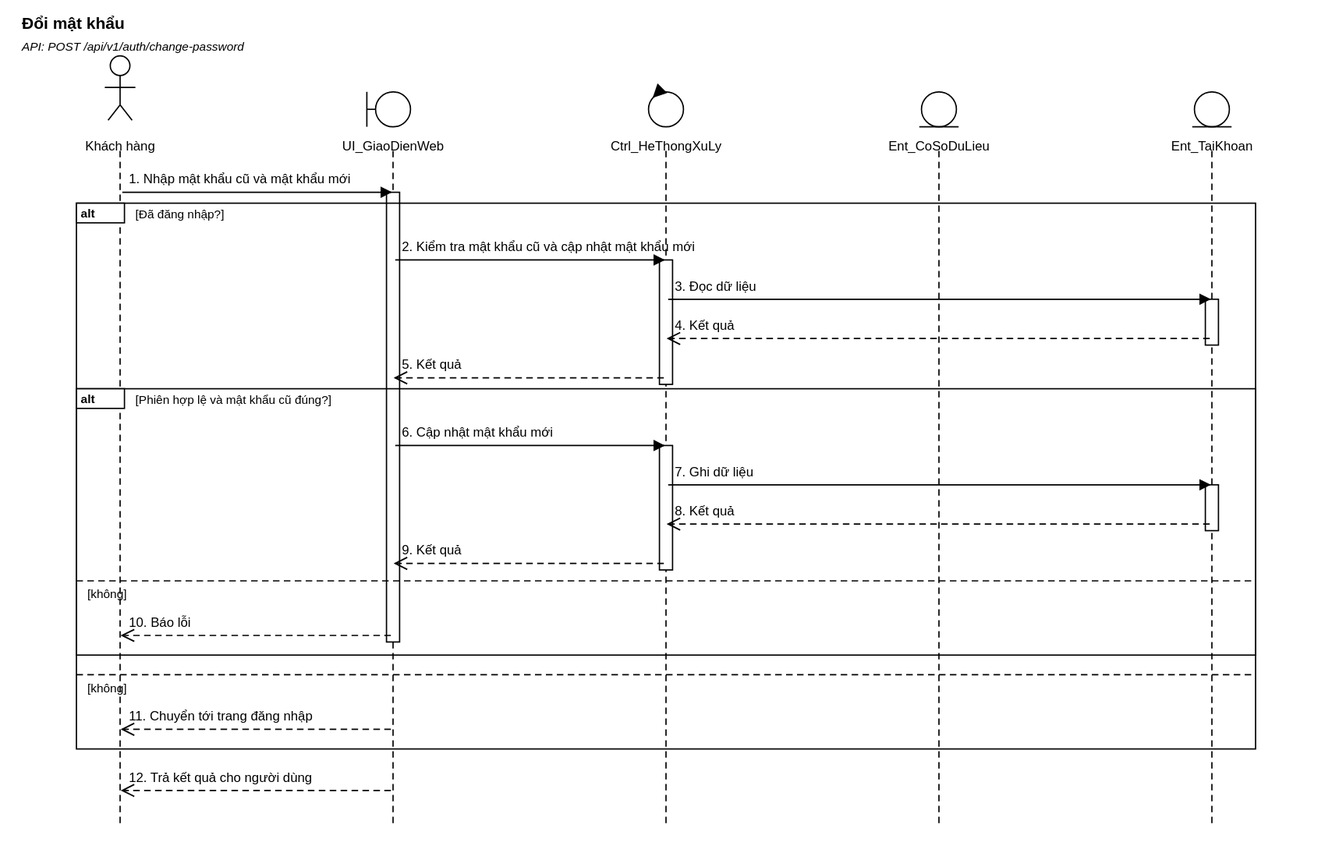
Above: docs/bieu_do_uml/svg/trinh_tu/UC11_doi_mat_khau.svg in Shmily2004/Moodbite (PlantUML), before the change. Its source is kept beside it as docs/bieu_do_uml/puml_du_phong/hoat_dong/UC11_doi_mat_khau.puml. Source of this version:
```plantuml
@startuml UC11_hoat_dong
skinparam shadowing false
start
|Khách|
:Nhập mật khẩu cũ và mật khẩu mới;
|Hệ thống|
:POST /auth/change-password;
if (Phiên hợp lệ và mật khẩu cũ đúng?) then (có)
  :Cập nhật mật khẩu mới;
else (không)
  :Báo lỗi;
endif
stop
@enduml
```
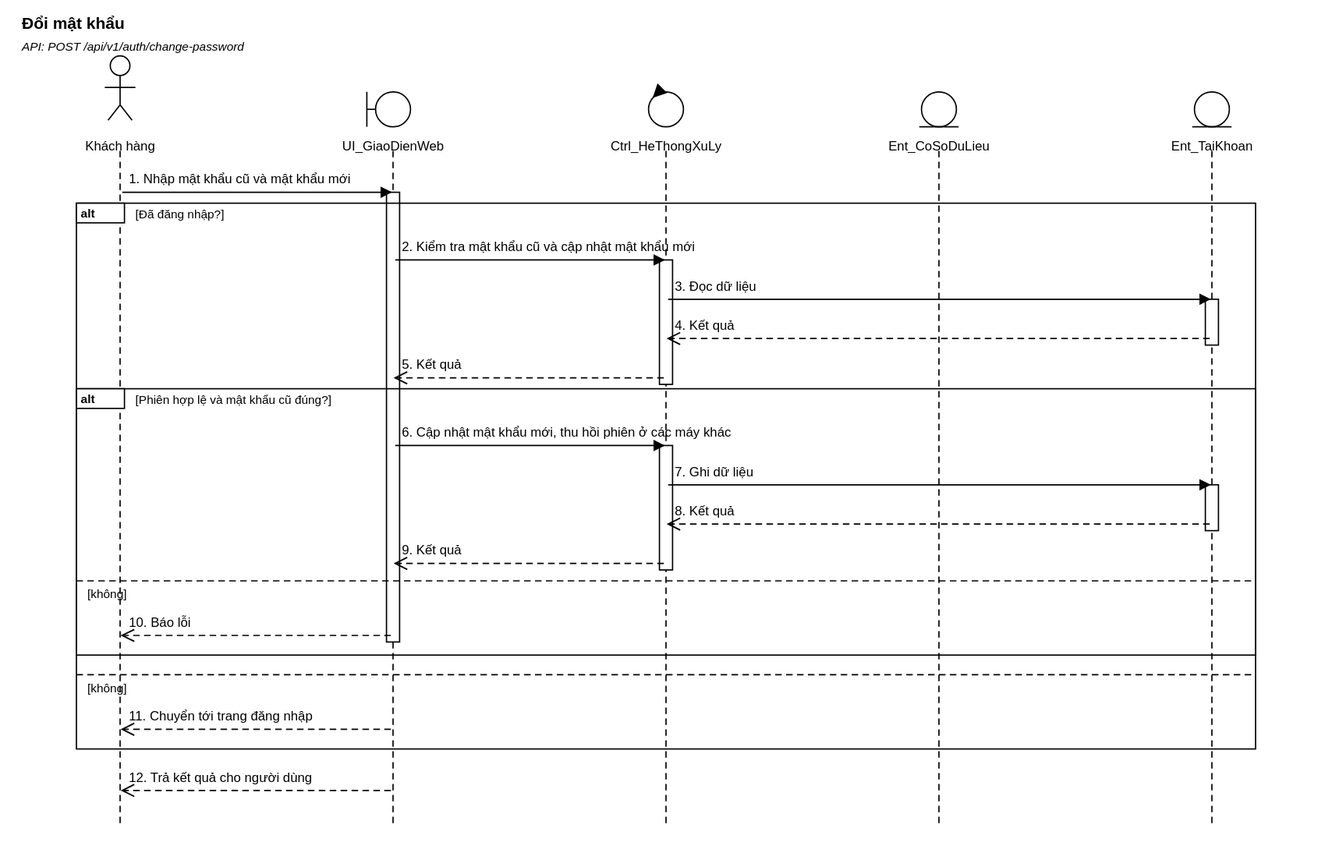
After the change.

Change to the diagram source:
```diff
@@ -1,14 +1,20 @@
 @startuml UC11_hoat_dong
 skinparam shadowing false
 start
-|Khách|
+|Khách hàng|
 :Nhập mật khẩu cũ và mật khẩu mới;
 |Hệ thống|
-:POST /auth/change-password;
-if (Phiên hợp lệ và mật khẩu cũ đúng?) then (có)
-  :Cập nhật mật khẩu mới;
+if (Đã đăng nhập?) then (có)
+  |Hệ thống|
+  :Kiểm tra mật khẩu cũ và cập nhật mật khẩu mới;
+  if (Phiên hợp lệ và mật khẩu cũ đúng?) then (có)
+    :Cập nhật mật khẩu mới, thu hồi phiên ở các máy khác;
+  else (không)
+    :Báo lỗi;
+  endif
+  stop
 else (không)
-  :Báo lỗi;
+  :Chuyển tới trang đăng nhập;
+  stop
 endif
-stop
 @enduml
```
